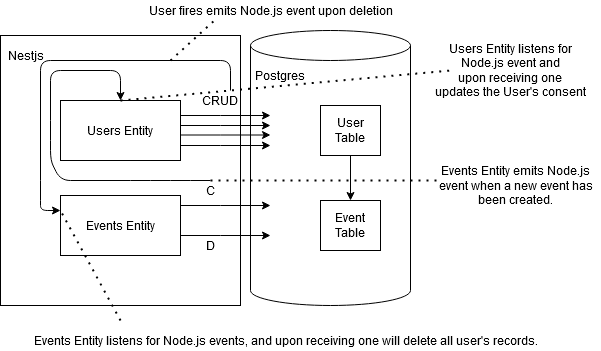
This is diagrams/system-architecture.png from davidmaceachern/consents-api, a draw.io export, as it was before one commit. Source tidied: cells renumbered, new cells last; positions are measured from the earlier drawing's top-left corner, leaving out a move shared by most shapes. Source of this version:
```xml
<mxGraphModel>
  <root>
    <mxCell id="0" />
    <mxCell id="1" parent="0" />
    <mxCell id="2" style="rounded=0;whiteSpace=wrap;html=1;" parent="1" vertex="1">
      <mxGeometry y="35" width="240" height="270" as="geometry" />
    </mxCell>
    <mxCell id="3" value="Users Entity" style="rounded=0;whiteSpace=wrap;html=1;direction=west;" parent="1" vertex="1">
      <mxGeometry x="60" y="100" width="120" height="60" as="geometry" />
    </mxCell>
    <mxCell id="4" style="shape=cylinder3;whiteSpace=wrap;html=1;boundedLbl=1;backgroundOutline=1;size=15;" parent="1" vertex="1">
      <mxGeometry x="250" y="30" width="160" height="275" as="geometry" />
    </mxCell>
    <mxCell id="5" style="endArrow=classic;html=1;" parent="1" edge="1">
      <mxGeometry relative="1" as="geometry">
        <mxPoint x="180" y="115" as="sourcePoint" />
        <mxPoint x="270" y="115" as="targetPoint" />
        <Array as="points">
          <mxPoint x="230" y="115" />
        </Array>
      </mxGeometry>
    </mxCell>
    <mxCell id="6" style="endArrow=classic;html=1;" parent="1" edge="1">
      <mxGeometry relative="1" as="geometry">
        <mxPoint x="180" y="125" as="sourcePoint" />
        <mxPoint x="270" y="125" as="targetPoint" />
        <Array as="points">
          <mxPoint x="230" y="125" />
        </Array>
      </mxGeometry>
    </mxCell>
    <mxCell id="7" style="endArrow=classic;html=1;" parent="1" edge="1">
      <mxGeometry relative="1" as="geometry">
        <mxPoint x="180" y="134.5" as="sourcePoint" />
        <mxPoint x="270" y="134.5" as="targetPoint" />
        <Array as="points">
          <mxPoint x="230" y="134.5" />
        </Array>
      </mxGeometry>
    </mxCell>
    <mxCell id="8" style="endArrow=classic;html=1;" parent="1" edge="1">
      <mxGeometry relative="1" as="geometry">
        <mxPoint x="180" y="145" as="sourcePoint" />
        <mxPoint x="270" y="145" as="targetPoint" />
        <Array as="points">
          <mxPoint x="230" y="145" />
        </Array>
      </mxGeometry>
    </mxCell>
    <mxCell id="9" value="Events Entity" style="rounded=0;whiteSpace=wrap;html=1;" parent="1" vertex="1">
      <mxGeometry x="60" y="195" width="120" height="60" as="geometry" />
    </mxCell>
    <mxCell id="10" value="User Table" style="rounded=0;whiteSpace=wrap;html=1;" parent="1" vertex="1">
      <mxGeometry x="320" y="105" width="60" height="50" as="geometry" />
    </mxCell>
    <mxCell id="11" value="Event Table" style="rounded=0;whiteSpace=wrap;html=1;" parent="1" vertex="1">
      <mxGeometry x="320" y="200" width="60" height="50" as="geometry" />
    </mxCell>
    <mxCell id="12" value="Nestjs" style="text;html=1;align=center;verticalAlign=middle;" parent="1" vertex="1">
      <mxGeometry y="45" width="50" height="20" as="geometry" />
    </mxCell>
    <mxCell id="13" style="endArrow=classic;html=1;" parent="1" edge="1">
      <mxGeometry relative="1" as="geometry">
        <mxPoint x="180" y="205" as="sourcePoint" />
        <mxPoint x="270" y="205" as="targetPoint" />
        <Array as="points">
          <mxPoint x="230" y="205" />
        </Array>
      </mxGeometry>
    </mxCell>
    <mxCell id="14" style="endArrow=classic;html=1;" parent="1" edge="1">
      <mxGeometry relative="1" as="geometry">
        <mxPoint x="180" y="235" as="sourcePoint" />
        <mxPoint x="270" y="235" as="targetPoint" />
        <Array as="points">
          <mxPoint x="230" y="235" />
        </Array>
      </mxGeometry>
    </mxCell>
    <mxCell id="15" style="endArrow=classic;html=1;exitX=0.5;exitY=1;exitDx=0;exitDy=0;entryX=0.5;entryY=0;entryDx=0;entryDy=0;" parent="1" edge="1" source="10" target="11">
      <mxGeometry relative="1" as="geometry" />
    </mxCell>
    <mxCell id="16" value="Postgres" style="text;html=1;strokeColor=none;fillColor=none;align=center;verticalAlign=middle;whiteSpace=wrap;rounded=0;" parent="1" vertex="1">
      <mxGeometry x="260" y="65" width="40" height="20" as="geometry" />
    </mxCell>
    <mxCell id="17" value="CRUD" style="text;html=1;strokeColor=none;fillColor=none;align=center;verticalAlign=middle;whiteSpace=wrap;rounded=0;" parent="1" vertex="1">
      <mxGeometry x="200" y="90" width="40" height="20" as="geometry" />
    </mxCell>
    <mxCell id="18" style="endArrow=classic;html=1;exitX=0.75;exitY=0;exitDx=0;exitDy=0;entryX=0;entryY=0.25;entryDx=0;entryDy=0;" parent="1" edge="1" source="17" target="9">
      <mxGeometry relative="1" as="geometry">
        <Array as="points">
          <mxPoint x="230" y="60" />
          <mxPoint x="40" y="60" />
          <mxPoint x="40" y="190" />
          <mxPoint x="40" y="210" />
        </Array>
      </mxGeometry>
    </mxCell>
    <mxCell id="19" value="C" style="text;html=1;strokeColor=none;fillColor=none;align=center;verticalAlign=middle;whiteSpace=wrap;rounded=0;" parent="1" vertex="1">
      <mxGeometry x="190" y="180" width="40" height="20" as="geometry" />
    </mxCell>
    <mxCell id="20" value="D" style="text;html=1;strokeColor=none;fillColor=none;align=center;verticalAlign=middle;whiteSpace=wrap;rounded=0;" parent="1" vertex="1">
      <mxGeometry x="190" y="235" width="40" height="20" as="geometry" />
    </mxCell>
    <mxCell id="21" style="endArrow=classic;html=1;exitX=0.75;exitY=0;exitDx=0;exitDy=0;entryX=0.5;entryY=1;entryDx=0;entryDy=0;" parent="1" edge="1" target="3">
      <mxGeometry relative="1" as="geometry">
        <mxPoint x="210" y="180" as="sourcePoint" />
        <Array as="points">
          <mxPoint x="180" y="180" />
          <mxPoint x="140" y="180" />
          <mxPoint x="60" y="180" />
          <mxPoint x="50" y="160" />
          <mxPoint x="50" y="130" />
          <mxPoint x="50" y="70" />
          <mxPoint x="120" y="70" />
        </Array>
      </mxGeometry>
    </mxCell>
    <mxCell id="22" value="User fires emits Node.js event upon deletion" style="text;html=1;align=center;verticalAlign=middle;points=[];" parent="1" vertex="1">
      <mxGeometry x="145" width="250" height="20" as="geometry" />
    </mxCell>
    <mxCell id="23" style="endArrow=none;dashed=1;html=1;dashPattern=1 3;strokeWidth=2;entryX=0.28;entryY=0.95;entryDx=0;entryDy=0;entryPerimeter=0;" parent="1" edge="1" target="22">
      <mxGeometry relative="1" as="geometry">
        <mxPoint x="170" y="60" as="sourcePoint" />
      </mxGeometry>
    </mxCell>
    <mxCell id="24" style="endArrow=none;dashed=1;html=1;dashPattern=1 3;strokeWidth=2;entryX=0;entryY=0.25;entryDx=0;entryDy=0;" parent="1" edge="1" target="9">
      <mxGeometry relative="1" as="geometry">
        <mxPoint x="120" y="320" as="sourcePoint" />
      </mxGeometry>
    </mxCell>
    <mxCell id="25" value="Events Entity listens for Node.js events, and upon receiving one will delete all user's records." style="text;html=1;align=center;verticalAlign=middle;" parent="1" vertex="1">
      <mxGeometry x="30" y="330" width="510" height="20" as="geometry" />
    </mxCell>
    <mxCell id="26" style="endArrow=none;dashed=1;html=1;dashPattern=1 3;strokeWidth=2;" parent="1" edge="1">
      <mxGeometry relative="1" as="geometry">
        <mxPoint x="120" y="100" as="sourcePoint" />
        <mxPoint x="450" y="70" as="targetPoint" />
      </mxGeometry>
    </mxCell>
    <mxCell id="27" value="&lt;div&gt;Users Entity listens for &lt;br&gt;&lt;/div&gt;&lt;div&gt;Node.js event and &lt;br&gt;&lt;/div&gt;&lt;div&gt;upon receiving one &lt;br&gt;&lt;/div&gt;&lt;div&gt;updates the User's consent&lt;/div&gt;" style="text;html=1;align=center;verticalAlign=middle;" parent="1" vertex="1">
      <mxGeometry x="430" y="40" width="160" height="60" as="geometry" />
    </mxCell>
    <mxCell id="28" style="endArrow=none;dashed=1;html=1;dashPattern=1 3;strokeWidth=2;" parent="1" edge="1">
      <mxGeometry relative="1" as="geometry">
        <mxPoint x="210" y="180" as="sourcePoint" />
        <mxPoint x="440" y="180" as="targetPoint" />
      </mxGeometry>
    </mxCell>
    <mxCell id="29" value="&lt;div&gt;Events Entity emits Node.js &lt;br&gt;&lt;/div&gt;&lt;div&gt;event when a new event has &lt;br&gt;&lt;/div&gt;&lt;div&gt;been created.&lt;br&gt;&lt;/div&gt;" style="text;html=1;align=center;verticalAlign=middle;" parent="1" vertex="1">
      <mxGeometry x="430" y="160" width="170" height="50" as="geometry" />
    </mxCell>
  </root>
</mxGraphModel>
```
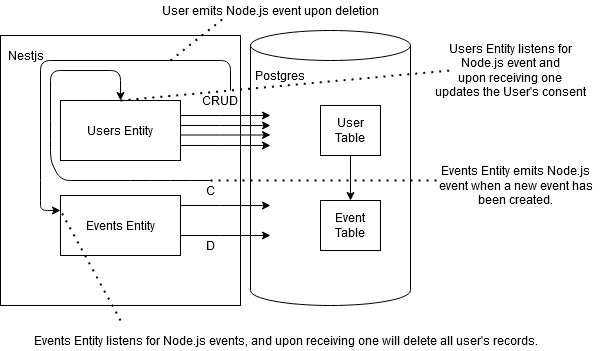
After the change.

Change to the diagram source:
```diff
@@ -116,8 +116,8 @@
         </Array>
       </mxGeometry>
     </mxCell>
-    <mxCell id="22" value="User fires emits Node.js event upon deletion" style="text;html=1;align=center;verticalAlign=middle;points=[];" parent="1" vertex="1">
-      <mxGeometry x="145" width="250" height="20" as="geometry" />
+    <mxCell id="22" value="User emits Node.js event upon deletion" style="text;html=1;align=center;verticalAlign=middle;points=[];" parent="1" vertex="1">
+      <mxGeometry x="160" width="220" height="20" as="geometry" />
     </mxCell>
     <mxCell id="23" style="endArrow=none;dashed=1;html=1;dashPattern=1 3;strokeWidth=2;entryX=0.28;entryY=0.95;entryDx=0;entryDy=0;entryPerimeter=0;" parent="1" edge="1" target="22">
       <mxGeometry relative="1" as="geometry">
```
